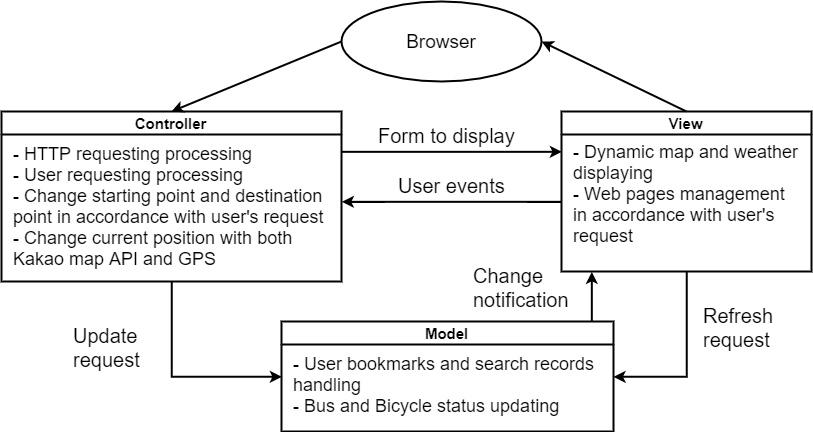
Earlier version of the draw.io export 2nd_homework/MVCpatten_for_2B.png (chisacam/CWNU19SE_2B). Source tidied: cells renumbered, new cells last; positions are measured from the earlier drawing's top-left corner, leaving out a move shared by most shapes.
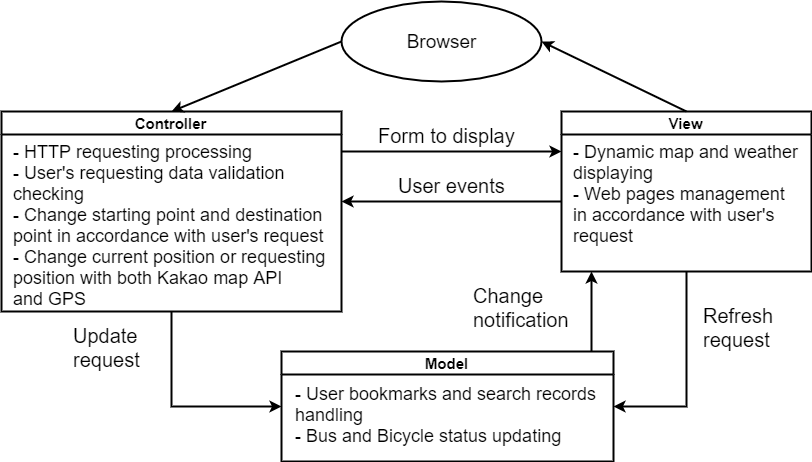
Later version of the same file.

The edit, as a diff of the source:
```diff
@@ -17,10 +17,10 @@
       <mxGeometry relative="1" as="geometry" />
     </mxCell>
     <mxCell id="5" value="Controller" style="swimlane;strokeWidth=2;startSize=23;fontSize=15;" parent="1" vertex="1">
-      <mxGeometry y="110" width="340" height="170" as="geometry" />
+      <mxGeometry y="110" width="340" height="200" as="geometry" />
     </mxCell>
-    <mxCell id="6" value="&lt;font style=&quot;font-size: 18px&quot;&gt;- HTTP requesting processing&lt;br&gt;- User requesting processing&lt;br&gt;- Change starting point and destination&lt;br&gt;point in accordance with user's request&lt;br&gt;- Change current position with both&lt;br&gt;Kakao map API and GPS&lt;br&gt;&lt;br&gt;&lt;br&gt;&lt;/font&gt;" style="text;html=1;align=left;verticalAlign=top;spacingTop=-4;" parent="5" vertex="1">
-      <mxGeometry x="10" y="30" width="330" height="130" as="geometry" />
+    <mxCell id="6" value="&lt;font style=&quot;font-size: 18px&quot;&gt;- HTTP requesting processing&lt;br&gt;- User's requesting data validation &lt;br&gt;checking&amp;nbsp;&amp;nbsp;&lt;br&gt;- Change starting point and destination&lt;br&gt;point in accordance with user's request&lt;br&gt;- Change current position or requesting &lt;br&gt;position with both Kakao map API &lt;br&gt;and GPS&lt;br&gt;&lt;br&gt;&lt;br&gt;&lt;/font&gt;" style="text;html=1;align=left;verticalAlign=top;spacingTop=-4;" parent="5" vertex="1">
+      <mxGeometry x="10" y="28" width="330" height="160" as="geometry" />
     </mxCell>
     <mxCell id="7" style="edgeStyle=orthogonalEdgeStyle;rounded=0;orthogonalLoop=1;jettySize=auto;html=1;strokeWidth=2;fontSize=15;" parent="1" edge="1">
       <mxGeometry relative="1" as="geometry">
@@ -51,10 +51,10 @@
       </mxGeometry>
     </mxCell>
     <mxCell id="12" value="Model" style="swimlane;strokeWidth=2;fontSize=15;" parent="1" vertex="1">
-      <mxGeometry x="280" y="320" width="332" height="110" as="geometry" />
+      <mxGeometry x="280" y="350" width="332" height="110" as="geometry" />
     </mxCell>
     <mxCell id="13" value="&lt;font style=&quot;font-size: 18px&quot;&gt;- User bookmarks and search records&lt;br&gt;handling&lt;br&gt;- Bus and Bicycle status updating&lt;br&gt;&lt;/font&gt;" style="text;html=1;align=left;verticalAlign=top;spacingTop=-4;" parent="12" vertex="1">
-      <mxGeometry x="10" y="30" width="320" height="50" as="geometry" />
+      <mxGeometry x="12" y="30" width="320" height="50" as="geometry" />
     </mxCell>
     <mxCell id="14" style="endArrow=classic;html=1;entryX=0.5;entryY=0;entryDx=0;entryDy=0;strokeWidth=2;" parent="1" edge="1" target="5">
       <mxGeometry relative="1" as="geometry">
@@ -68,7 +68,7 @@
       <mxGeometry x="70" y="320" width="80" height="40" as="geometry" />
     </mxCell>
     <mxCell id="17" value="&lt;span style=&quot;font-size: 20px&quot;&gt;Change&lt;br&gt;notification&lt;/span&gt;" style="text;html=1;align=left;verticalAlign=top;spacingTop=-4;strokeWidth=7;" parent="1" vertex="1">
-      <mxGeometry x="470" y="260" width="110" height="40" as="geometry" />
+      <mxGeometry x="470" y="280" width="110" height="40" as="geometry" />
     </mxCell>
     <mxCell id="18" value="&lt;span style=&quot;font-size: 20px&quot;&gt;Refresh&lt;br&gt;request&lt;/span&gt;" style="text;html=1;align=left;verticalAlign=top;spacingTop=-4;strokeWidth=7;" parent="1" vertex="1">
       <mxGeometry x="700" y="300" width="90" height="40" as="geometry" />
```
